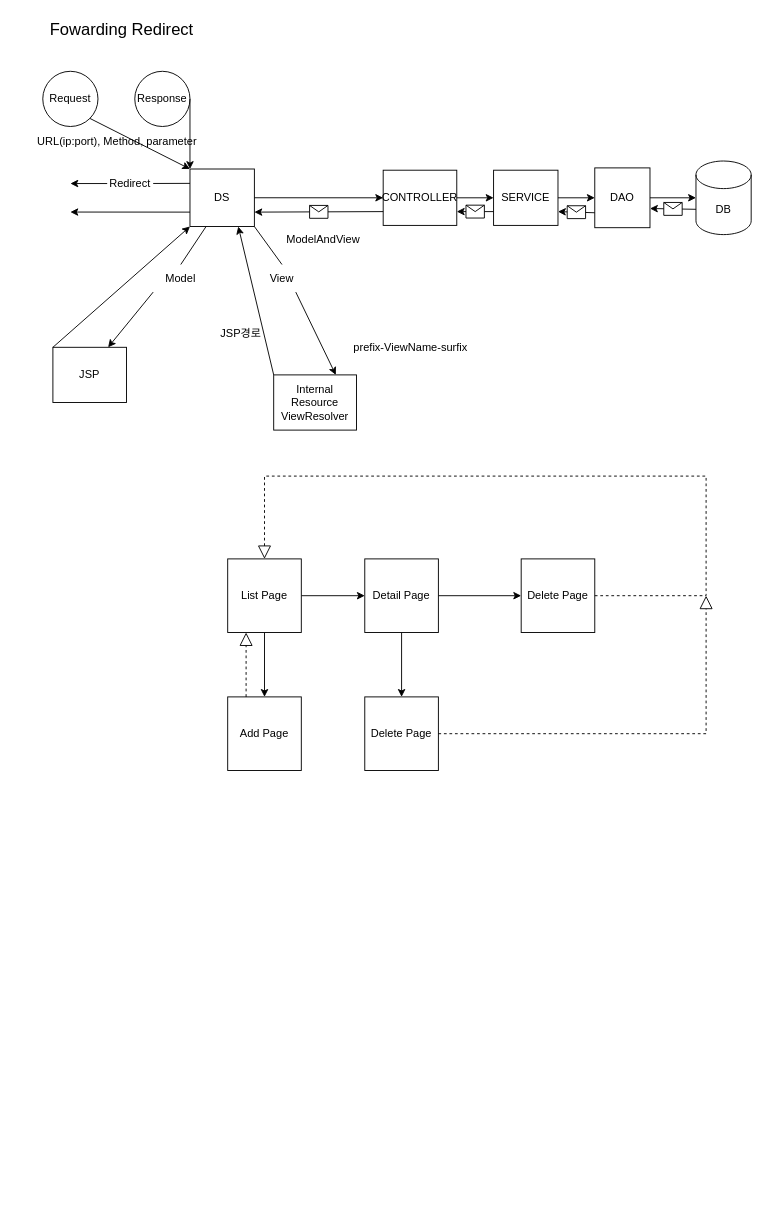
This is page "페이지-1" (1 of 3) of Diagram.drawio from ejfhfhap/GDJ60_Spring, a draw.io file, before an edit. Source tidied: cells renumbered, new cells numbered last; positions are measured from the earlier drawing's top-left corner, leaving out a move shared by most shapes. Both pictures are drawn from the tidied source at 92%, with x=0, y=0 at pixel (16, 16).
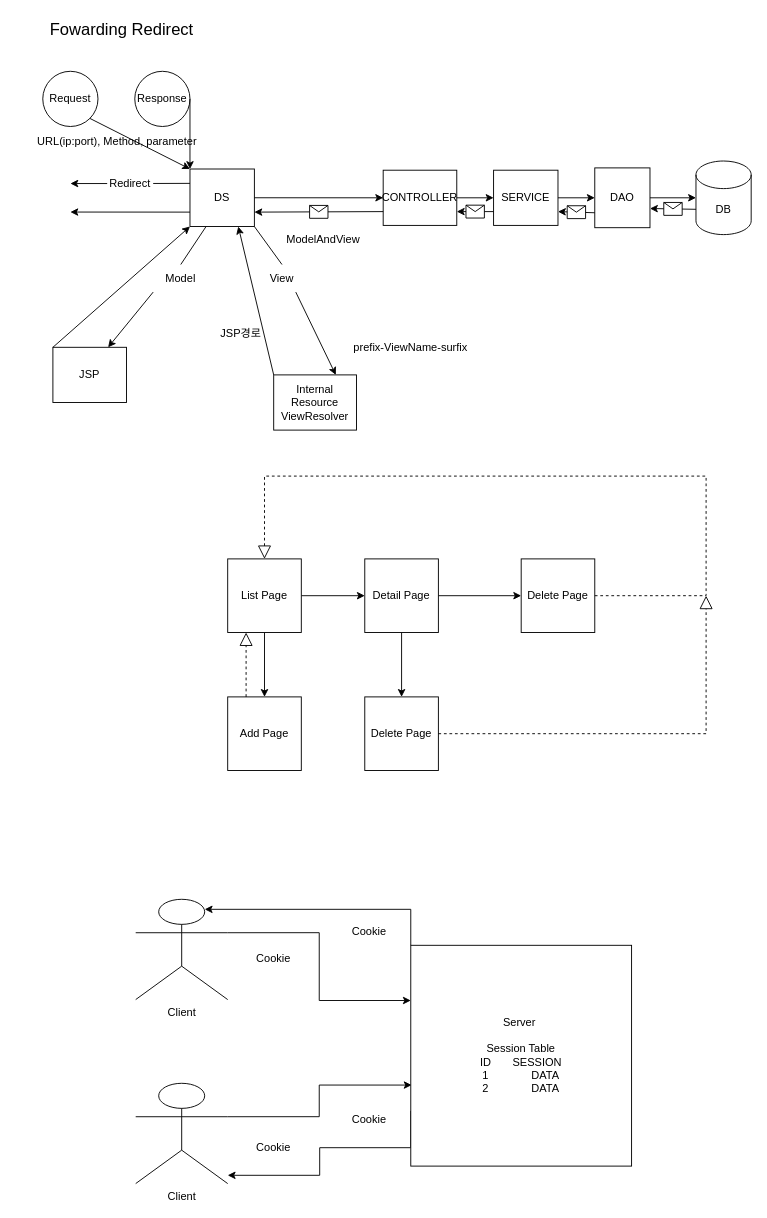
The same diagram, later.

The edit, as a diff of the source:
```diff
@@
+    <mxCell id="54" style="edgeStyle=orthogonalEdgeStyle;rounded=0;jettySize=auto;html=1;exitX=1;exitY=0.3333333333333333;exitDx=0;exitDy=0;exitPerimeter=0;entryX=0;entryY=0.25;entryDx=0;entryDy=0;fontFamily=Helvetica;fontSize=12;fontColor=default;" parent="1" edge="1" source="55" target="60">
+      <mxGeometry relative="1" as="geometry" />
+    </mxCell>
+    <mxCell id="55" value="Client" style="shape=umlActor;verticalLabelPosition=bottom;verticalAlign=top;html=1;outlineConnect=0;" parent="1" vertex="1">
+      <mxGeometry x="130" y="960" width="100" height="109" as="geometry" />
+    </mxCell>
+    <mxCell id="56" style="edgeStyle=orthogonalEdgeStyle;rounded=0;jettySize=auto;html=1;exitX=1;exitY=0.3333333333333333;exitDx=0;exitDy=0;exitPerimeter=0;entryX=0.004;entryY=0.633;entryDx=0;entryDy=0;entryPerimeter=0;fontFamily=Helvetica;fontSize=12;fontColor=default;" parent="1" edge="1" source="57" target="60">
+      <mxGeometry relative="1" as="geometry" />
+    </mxCell>
+    <mxCell id="57" value="Client" style="shape=umlActor;verticalLabelPosition=bottom;verticalAlign=top;html=1;outlineConnect=0;" parent="1" vertex="1">
+      <mxGeometry x="130" y="1160" width="100" height="109" as="geometry" />
+    </mxCell>
+    <mxCell id="58" style="edgeStyle=orthogonalEdgeStyle;rounded=0;jettySize=auto;html=1;exitX=0;exitY=0.75;exitDx=0;exitDy=0;fontFamily=Helvetica;fontSize=12;fontColor=default;" parent="1" edge="1" source="60" target="57">
+      <mxGeometry relative="1" as="geometry">
+        <Array as="points">
+          <mxPoint x="429" y="1230" />
+          <mxPoint x="330" y="1230" />
+          <mxPoint x="330" y="1260" />
+        </Array>
+      </mxGeometry>
+    </mxCell>
+    <mxCell id="59" style="edgeStyle=orthogonalEdgeStyle;rounded=0;jettySize=auto;html=1;exitX=0;exitY=0;exitDx=0;exitDy=0;entryX=0.75;entryY=0.1;entryDx=0;entryDy=0;entryPerimeter=0;fontFamily=Helvetica;fontSize=12;fontColor=default;" parent="1" edge="1" source="60" target="55">
+      <mxGeometry relative="1" as="geometry" />
+    </mxCell>
+    <mxCell id="60" value="Server&amp;nbsp;&lt;br&gt;&lt;br&gt;Session Table&lt;br&gt;ID&amp;nbsp; &amp;nbsp; &amp;nbsp; &amp;nbsp;SESSION&lt;br&gt;1&amp;nbsp; &amp;nbsp; &amp;nbsp; &amp;nbsp; &amp;nbsp; &amp;nbsp; &amp;nbsp; DATA&lt;br&gt;2&amp;nbsp; &amp;nbsp; &amp;nbsp; &amp;nbsp; &amp;nbsp; &amp;nbsp; &amp;nbsp; DATA" style="whiteSpace=wrap;html=1;strokeColor=default;fontFamily=Helvetica;fontSize=12;fontColor=default;fillColor=default;" parent="1" vertex="1">
+      <mxGeometry x="429" y="1010" width="240" height="240" as="geometry" />
+    </mxCell>
+    <mxCell id="61" value="Cookie" style="text;html=1;strokeColor=none;fillColor=none;align=center;verticalAlign=middle;whiteSpace=wrap;rounded=0;fontSize=12;fontFamily=Helvetica;fontColor=default;" parent="1" vertex="1">
+      <mxGeometry x="250" y="1010" width="60" height="30" as="geometry" />
+    </mxCell>
+    <mxCell id="62" value="Cookie" style="text;html=1;strokeColor=none;fillColor=none;align=center;verticalAlign=middle;whiteSpace=wrap;rounded=0;fontSize=12;fontFamily=Helvetica;fontColor=default;" parent="1" vertex="1">
+      <mxGeometry x="354" y="980" width="60" height="30" as="geometry" />
+    </mxCell>
+    <mxCell id="63" value="Cookie" style="text;html=1;strokeColor=none;fillColor=none;align=center;verticalAlign=middle;whiteSpace=wrap;rounded=0;fontSize=12;fontFamily=Helvetica;fontColor=default;" parent="1" vertex="1">
+      <mxGeometry x="249.5" y="1214.5" width="60" height="30" as="geometry" />
+    </mxCell>
+    <mxCell id="64" value="Cookie" style="text;html=1;strokeColor=none;fillColor=none;align=center;verticalAlign=middle;whiteSpace=wrap;rounded=0;fontSize=12;fontFamily=Helvetica;fontColor=default;" parent="1" vertex="1">
+      <mxGeometry x="353.5" y="1184.5" width="60" height="30" as="geometry" />
+    </mxCell>
```
